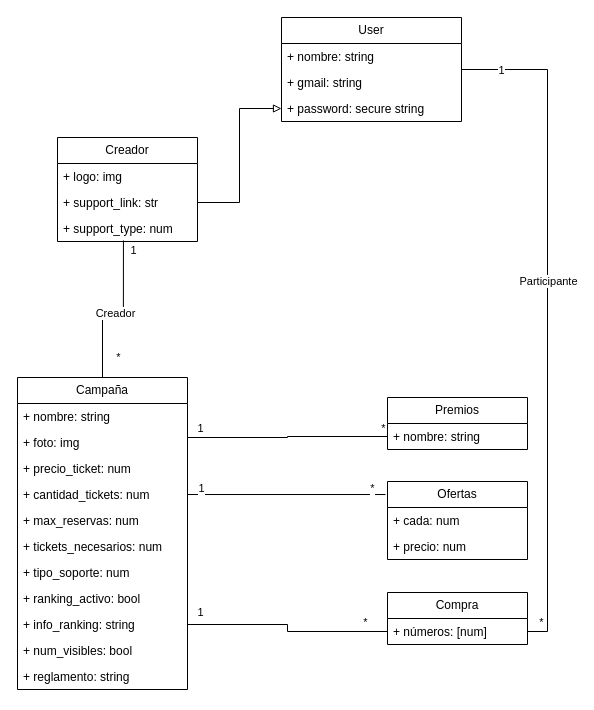
The draw.io diagram BackEnd.drawio in david-fm/rifa, before the edit. Source tidied: cells renumbered, new cells numbered last; positions are measured from the earlier drawing's top-left corner, leaving out a move shared by most shapes. Both pictures are drawn from the tidied source at 100%, with x=0, y=0 at pixel (17, 17).
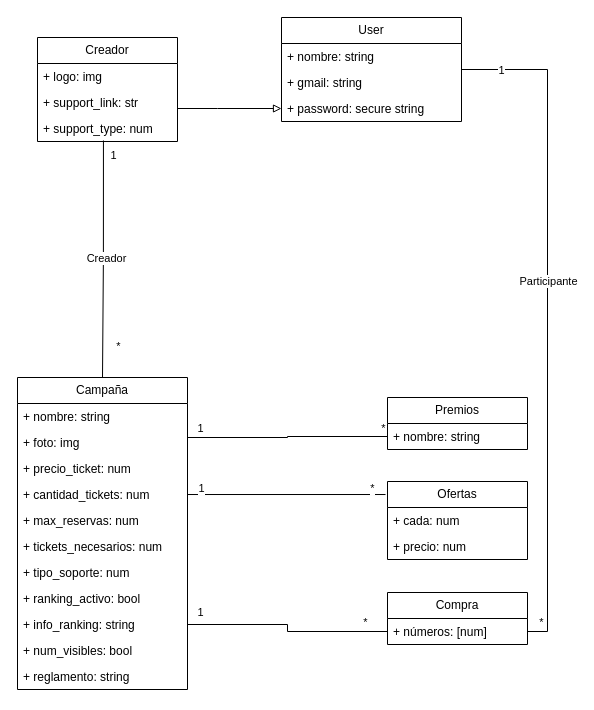
The same page after the edit.

Commit message:
Cleaned backend draw

Unchanged cells that the change refers to:
```xml
<mxCell id="6" value="User" style="swimlane;fontStyle=0;horizontal=1;startSize=26;fillColor=none;whiteSpace=wrap;html=1;" parent="1" vertex="1">
  <mxGeometry x="264" width="180" height="104" as="geometry" />
</mxCell>
<mxCell id="9" value="+ password: secure string" style="text;strokeColor=none;fillColor=none;align=left;verticalAlign=top;spacingLeft=4;spacingRight=4;overflow=hidden;points=[[0,0.5],[1,0.5]];portConstraint=eastwest;whiteSpace=wrap;html=1;" parent="6" vertex="1">
  <mxGeometry y="78" width="180" height="26" as="geometry" />
</mxCell>
<mxCell id="40" value="+ support_link: str" style="text;strokeColor=none;fillColor=none;align=left;verticalAlign=top;spacingLeft=4;spacingRight=4;overflow=hidden;points=[[0,0.5],[1,0.5]];portConstraint=eastwest;whiteSpace=wrap;html=1;" parent="38" vertex="1">
  <mxGeometry y="52" width="140" height="26" as="geometry" />
</mxCell>
```

What changed in the source:
```diff
@@
     <mxCell id="38" value="Creador" style="swimlane;fontStyle=0;horizontal=1;startSize=26;fillColor=none;whiteSpace=wrap;html=1;" parent="1" vertex="1">
-      <mxGeometry x="40" y="120" width="140" height="104" as="geometry" />
+      <mxGeometry x="20" y="20" width="140" height="104" as="geometry" />
     </mxCell>
@@
-    <mxCell id="46" style="edgeStyle=orthogonalEdgeStyle;rounded=0;jettySize=auto;html=1;endArrow=block;endFill=0;" parent="1" edge="1" source="40" target="9">
-      <mxGeometry relative="1" as="geometry" />
+    <mxCell id="46" style="edgeStyle=orthogonalEdgeStyle;rounded=0;jettySize=auto;html=1;endArrow=block;endFill=0;" parent="1" edge="1" source="40" target="6">
+      <mxGeometry relative="1" as="geometry">
+        <Array as="points">
+          <mxPoint x="200" y="91" />
+          <mxPoint x="200" y="91" />
+        </Array>
+      </mxGeometry>
     </mxCell>
```
